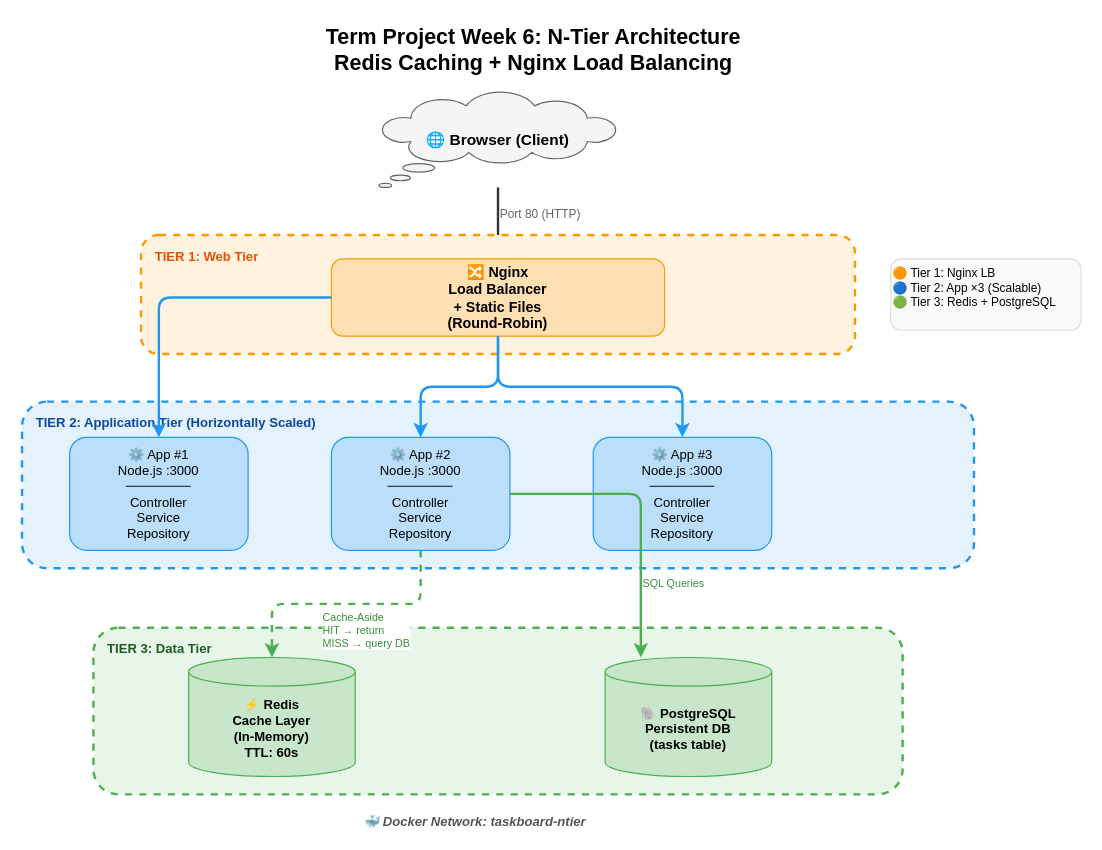
Earlier version of the draw.io diagram page "Week6 - N-Tier Architecture" (1 of 5) of term-project/week7_event_driven_rabbitmq/week6_7_term_project_diagrams.drawio (se-rmutl/engse207). Source tidied: cells renumbered, new cells numbered last; positions are measured from the earlier drawing's top-left corner, leaving out a move shared by most shapes. Both pictures are drawn from the tidied source at 119%, with x=0, y=0 at pixel (21, 20).
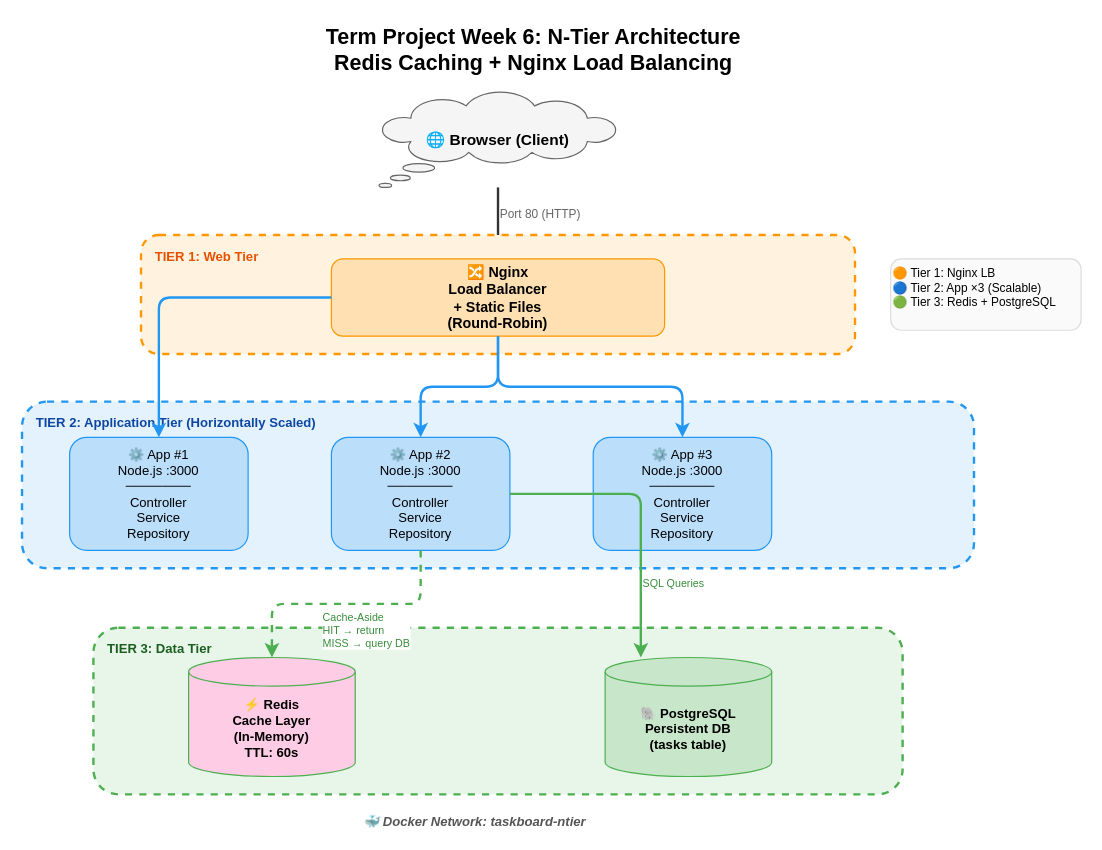
The same diagram, later.

The edit, as a diff of the source:
```diff
@@
-    <mxCell id="19" value="⚡ Redis&#10;Cache Layer&#10;(In-Memory)&#10;TTL: 60s" style="shape=cylinder3;whiteSpace=wrap;html=1;boundedLbl=1;size=12;fillColor=#C8E6C9;strokeColor=#4CAF50;fontSize=11;fontStyle=1;" parent="1" vertex="1">
+    <mxCell id="19" value="⚡ Redis&#10;Cache Layer&#10;(In-Memory)&#10;TTL: 60s" style="shape=cylinder3;whiteSpace=wrap;html=1;boundedLbl=1;size=12;fillColor=#FFCCE6;strokeColor=#4CAF50;fontSize=11;fontStyle=1;" parent="1" vertex="1">
       <mxGeometry x="140" y="535" width="140" height="100" as="geometry" />
     </mxCell>
```
